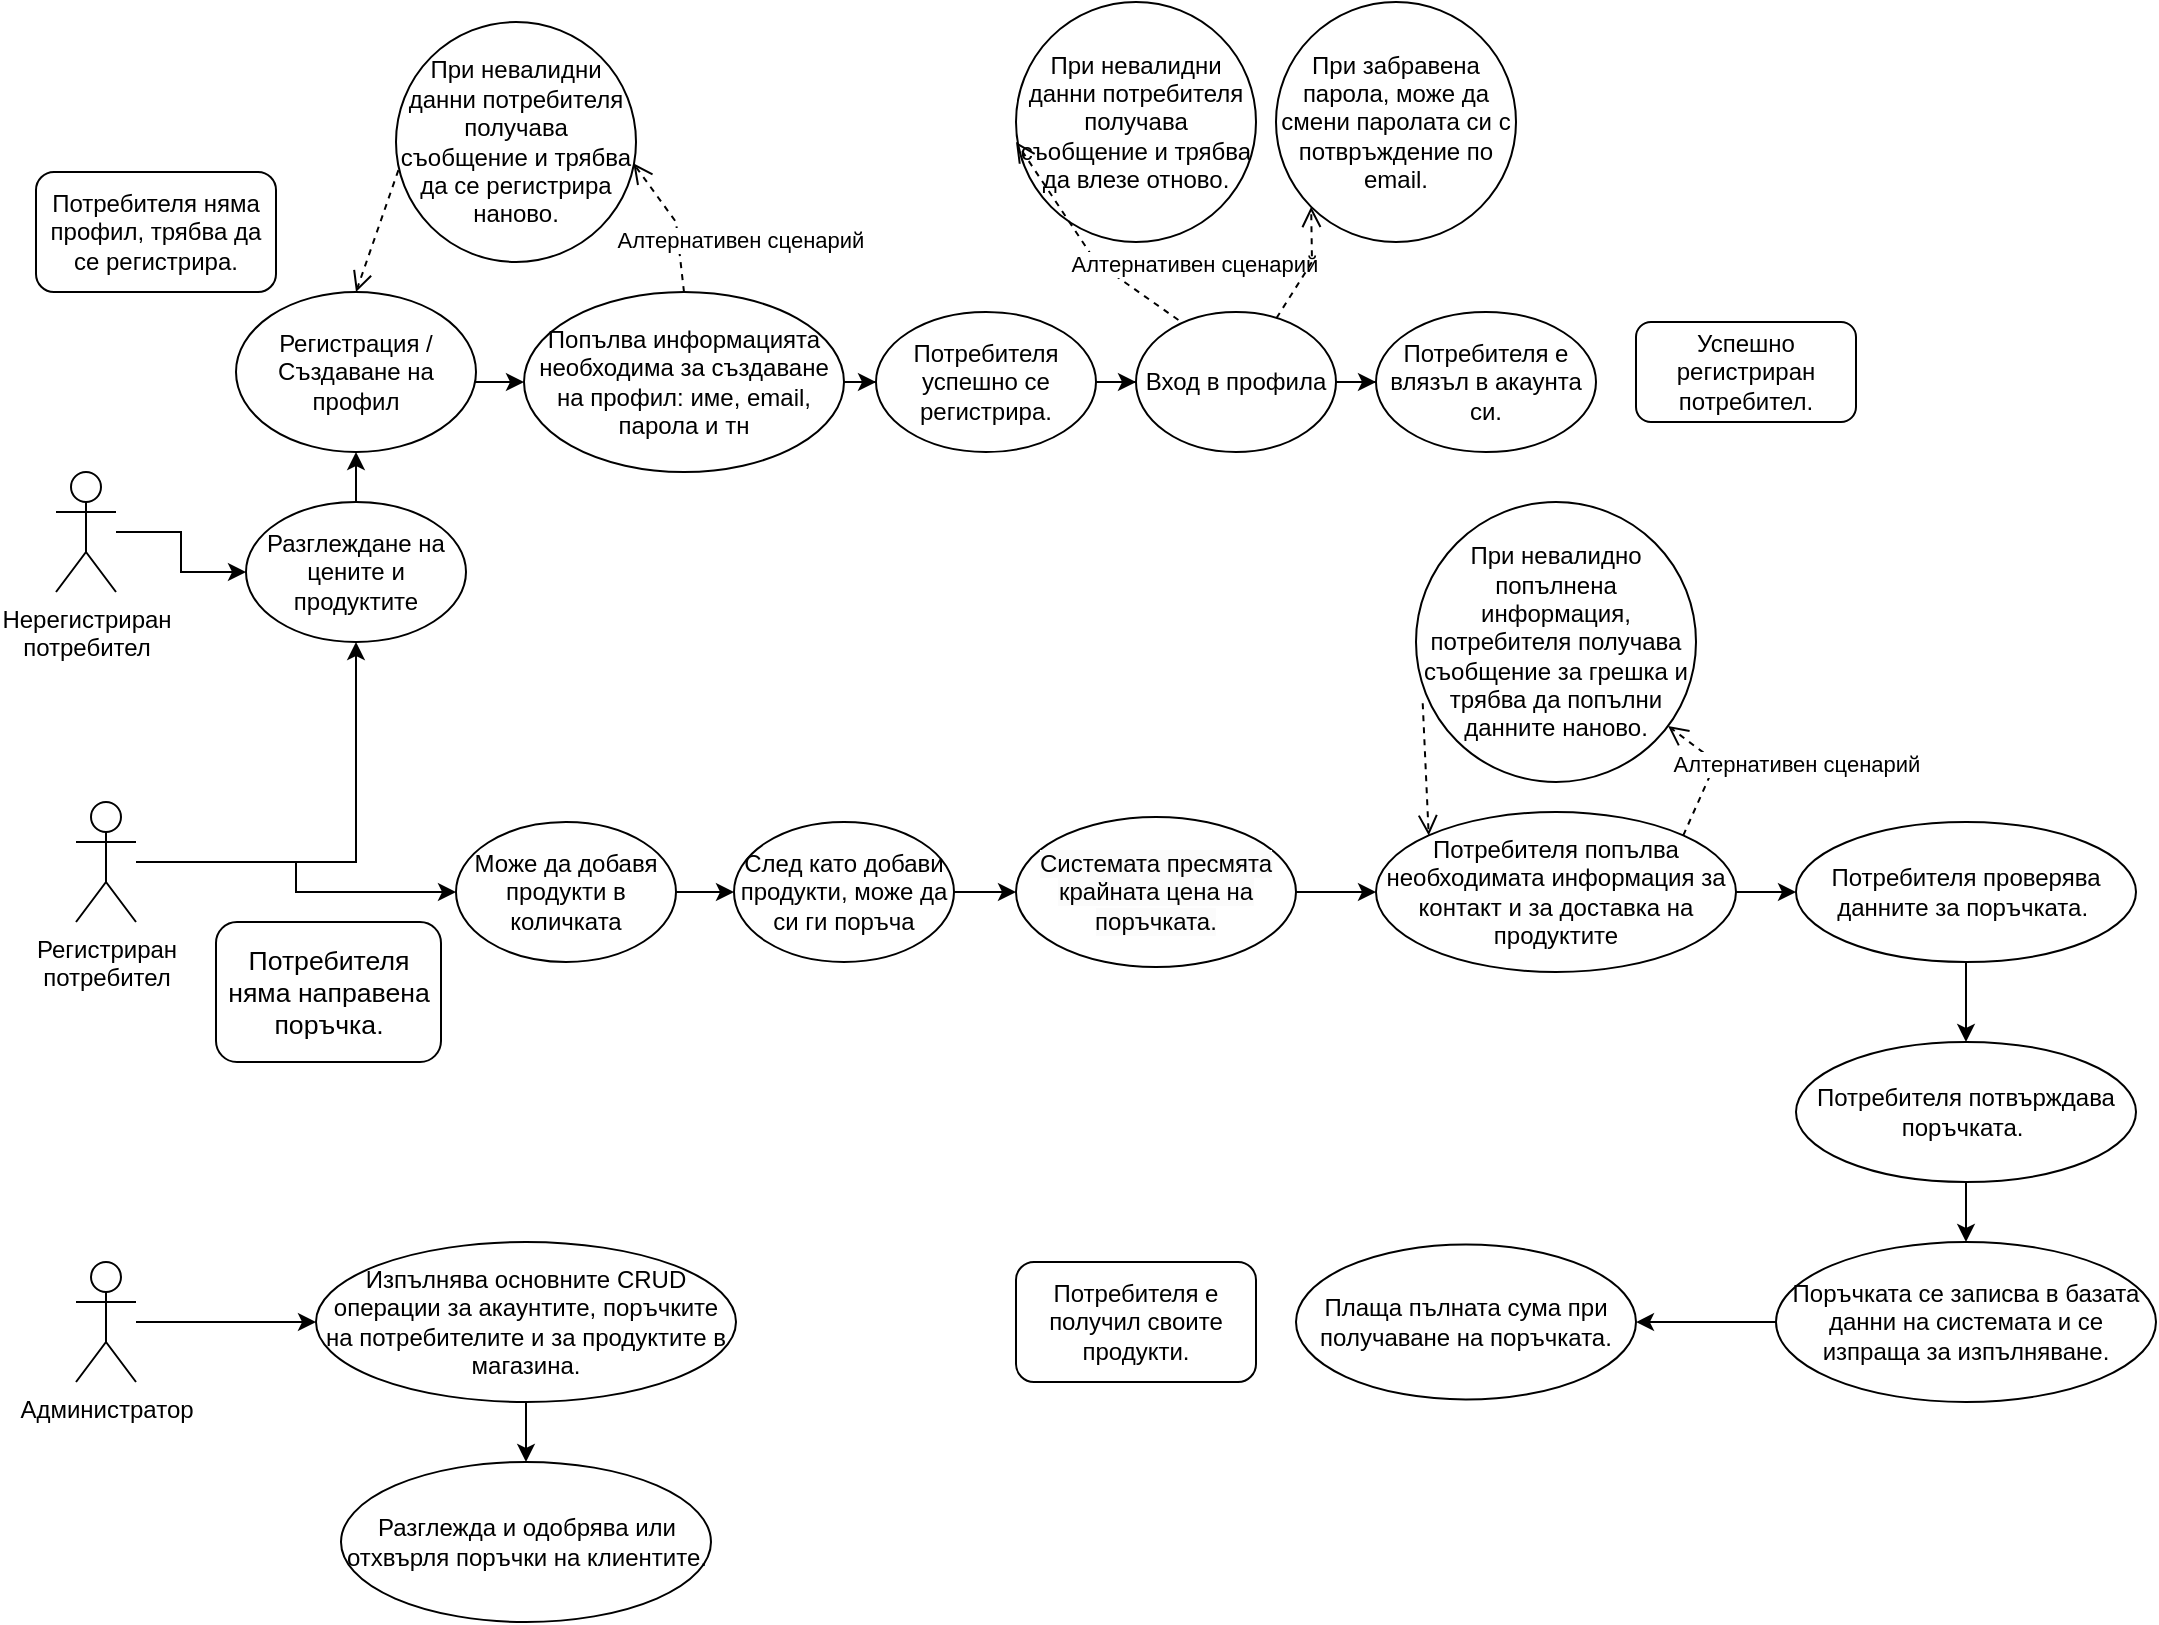
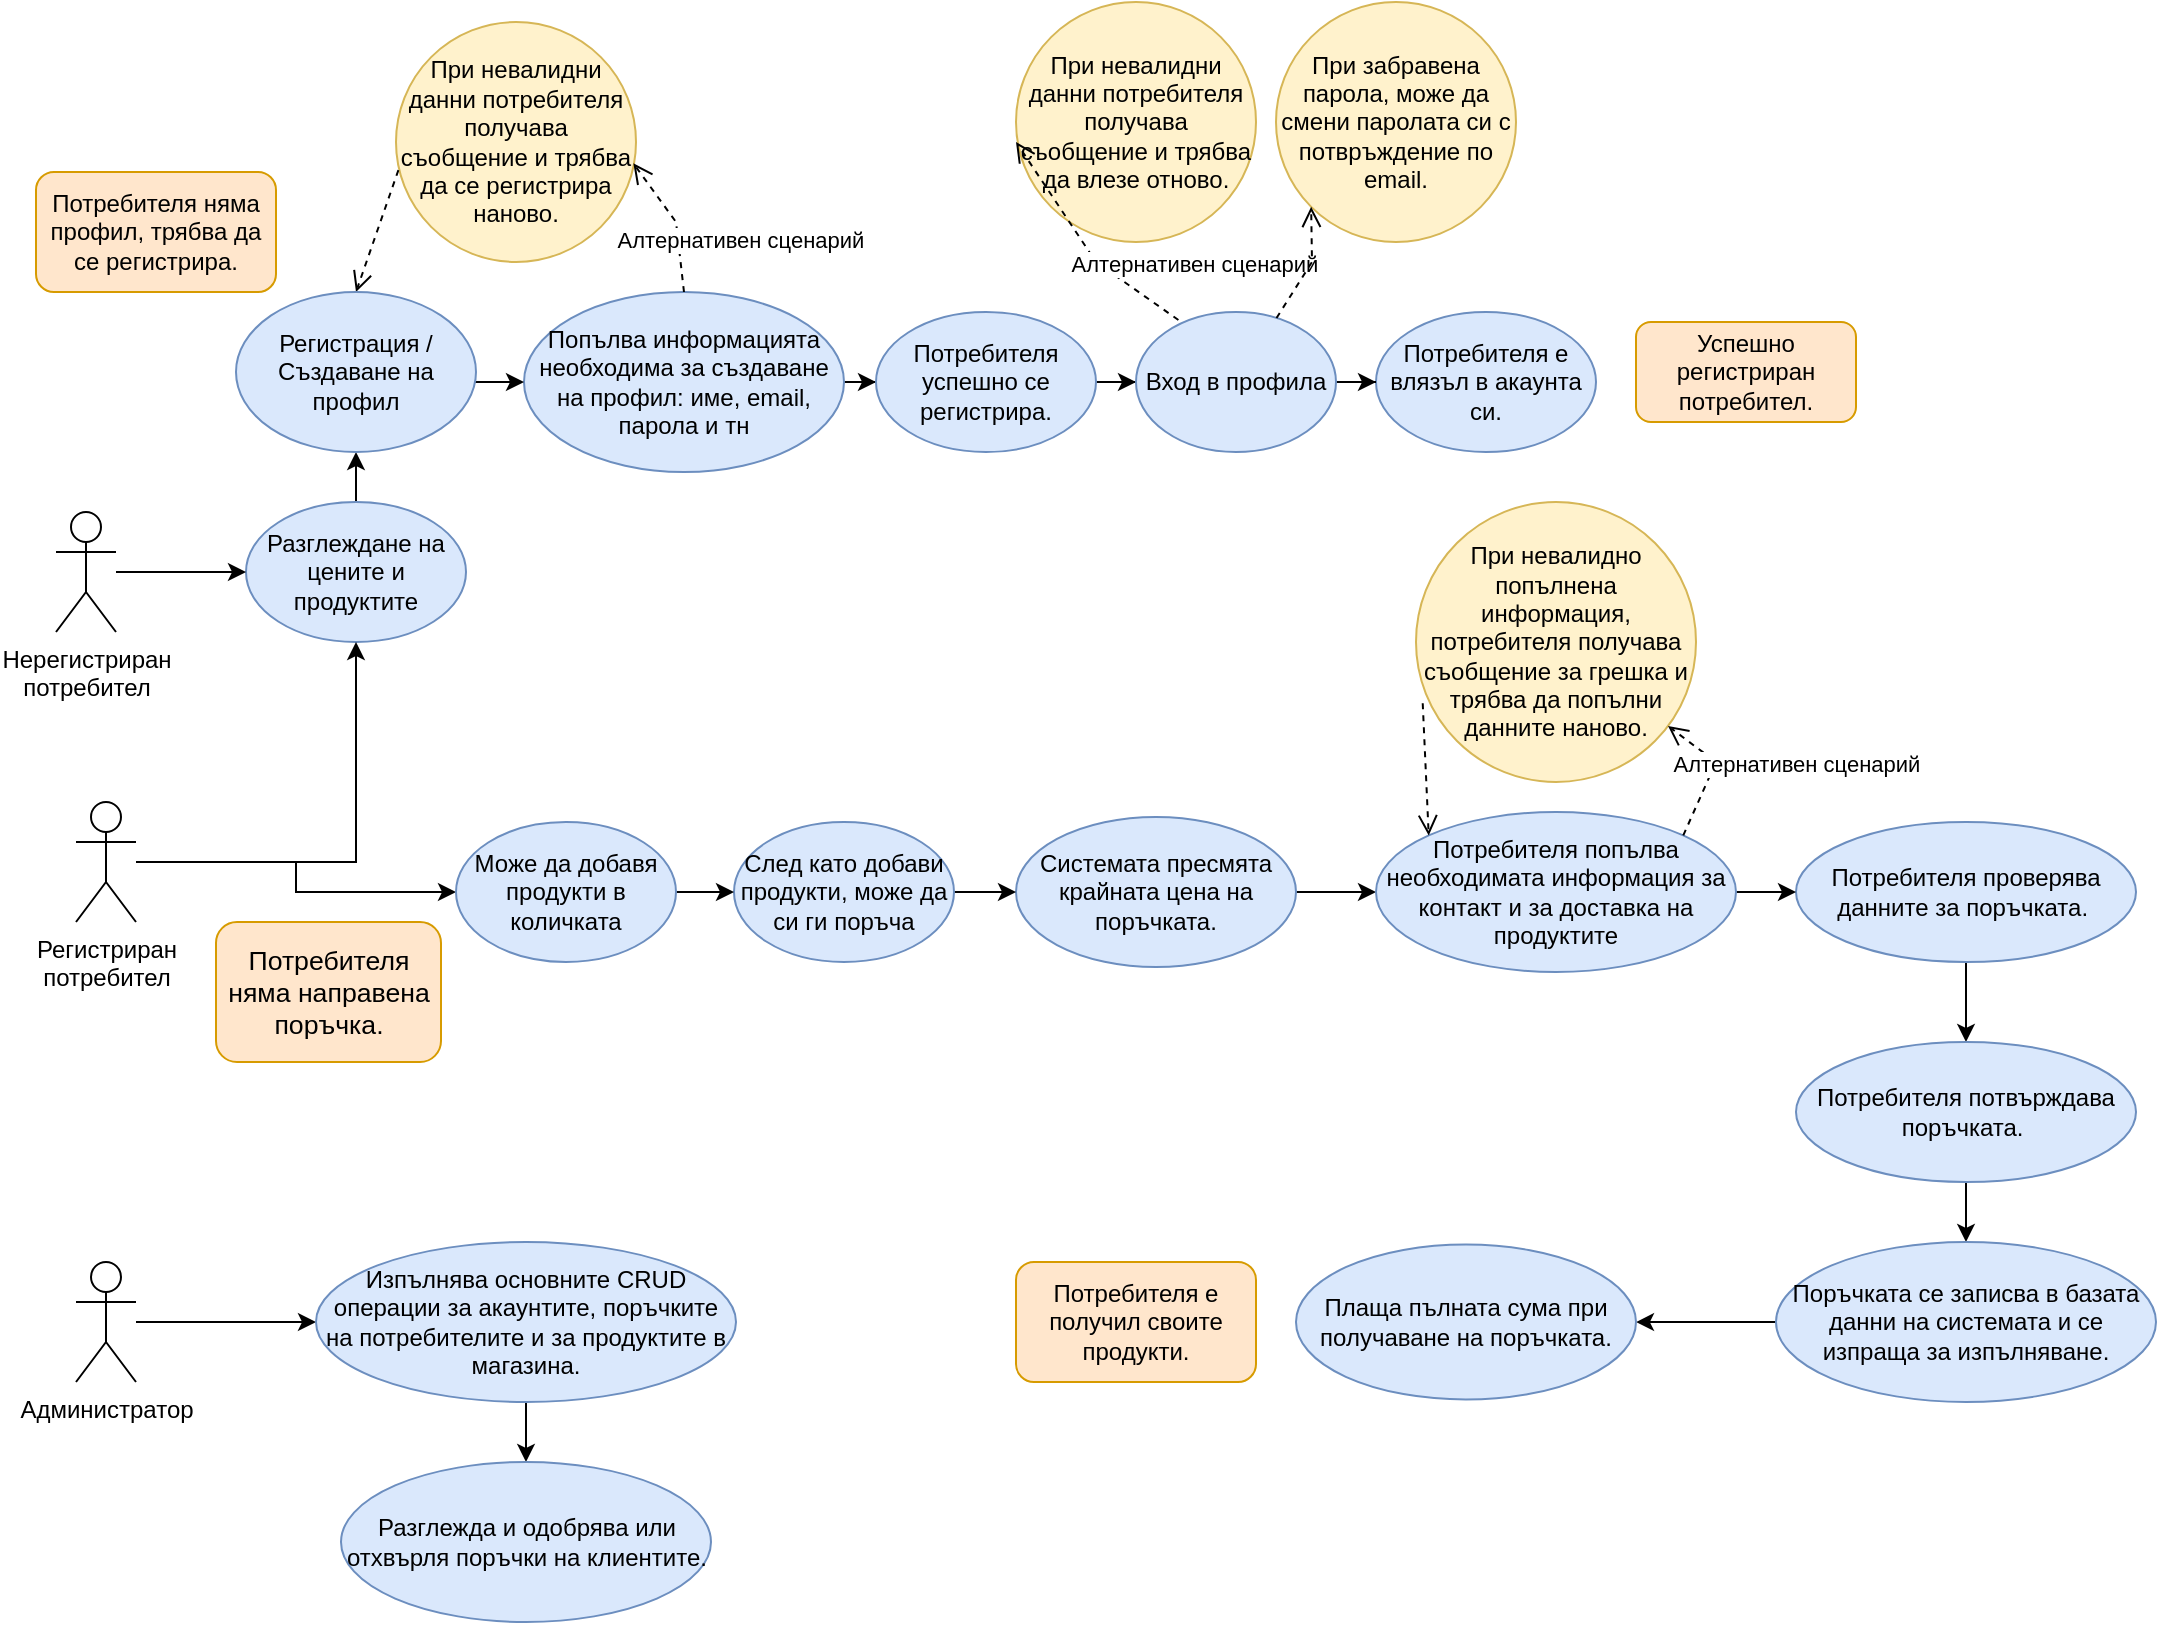
<mxfile host="app.diagrams.net" agent="Mozilla/5.0 (Windows NT 10.0; Win64; x64) AppleWebKit/537.36 (KHTML, like Gecko) Chrome/132.0.0.0 Safari/537.36" version="26.0.11">
  <diagram name="Страница-1" id="lFq9VfR261xbofuw7iRy">
-     <mxGraphModel dx="1927" dy="1712" grid="1" gridSize="10" guides="1" tooltips="1" connect="1" arrows="1" fold="1" page="1" pageScale="1" pageWidth="827" pageHeight="1169" math="0" shadow="0">
+     <mxGraphModel dx="1862" dy="1680" grid="1" gridSize="10" guides="1" tooltips="1" connect="1" arrows="1" fold="1" page="1" pageScale="1" pageWidth="827" pageHeight="1169" math="0" shadow="0">
      <root>
        <mxCell id="0" />
        <mxCell id="1" parent="0" />
        <mxCell id="kseKAxPIKLXYF_x6BNs2-31" value="" style="edgeStyle=orthogonalEdgeStyle;rounded=0;orthogonalLoop=1;jettySize=auto;html=1;" edge="1" parent="1" source="kseKAxPIKLXYF_x6BNs2-1" target="kseKAxPIKLXYF_x6BNs2-2">
          <mxGeometry relative="1" as="geometry" />
        </mxCell>
-         <mxCell id="kseKAxPIKLXYF_x6BNs2-1" value="&lt;span data-lucid-content=&quot;{&amp;quot;t&amp;quot;:&amp;quot;Попълва информацията необходима за създаване на профил: име, email, парола и тн&amp;quot;,&amp;quot;m&amp;quot;:[{&amp;quot;s&amp;quot;:0,&amp;quot;n&amp;quot;:&amp;quot;fsp&amp;quot;,&amp;quot;v&amp;quot;:&amp;quot;ss_presetShapeStyle2_textStyle&amp;quot;,&amp;quot;e&amp;quot;:79}]}&quot; data-lucid-type=&quot;application/vnd.lucid.text&quot;&gt;Попълва информацията необходима за създаване на профил: име, email, парола и тн&lt;/span&gt;" style="ellipse;whiteSpace=wrap;html=1;" vertex="1" parent="1">
+         <mxCell id="kseKAxPIKLXYF_x6BNs2-1" value="&lt;span data-lucid-content=&quot;{&amp;quot;t&amp;quot;:&amp;quot;Попълва информацията необходима за създаване на профил: име, email, парола и тн&amp;quot;,&amp;quot;m&amp;quot;:[{&amp;quot;s&amp;quot;:0,&amp;quot;n&amp;quot;:&amp;quot;fsp&amp;quot;,&amp;quot;v&amp;quot;:&amp;quot;ss_presetShapeStyle2_textStyle&amp;quot;,&amp;quot;e&amp;quot;:79}]}&quot; data-lucid-type=&quot;application/vnd.lucid.text&quot;&gt;Попълва информацията необходима за създаване на профил: име, email, парола и тн&lt;/span&gt;" style="ellipse;whiteSpace=wrap;html=1;fillColor=#dae8fc;strokeColor=#6c8ebf;" vertex="1" parent="1">
          <mxGeometry x="254" y="65" width="160" height="90" as="geometry" />
        </mxCell>
        <mxCell id="kseKAxPIKLXYF_x6BNs2-32" value="" style="edgeStyle=orthogonalEdgeStyle;rounded=0;orthogonalLoop=1;jettySize=auto;html=1;" edge="1" parent="1" source="kseKAxPIKLXYF_x6BNs2-2" target="kseKAxPIKLXYF_x6BNs2-4">
          <mxGeometry relative="1" as="geometry" />
        </mxCell>
-         <UserObject label="&lt;span data-lucid-content=&quot;{&amp;quot;t&amp;quot;:&amp;quot;Потребителя успешно се регистрира.&amp;quot;,&amp;quot;m&amp;quot;:[{&amp;quot;s&amp;quot;:0,&amp;quot;n&amp;quot;:&amp;quot;fsp&amp;quot;,&amp;quot;v&amp;quot;:&amp;quot;ss_presetShapeStyle2_textStyle&amp;quot;,&amp;quot;e&amp;quot;:34}]}&quot; data-lucid-type=&quot;application/vnd.lucid.text&quot;&gt;&lt;span&gt;Потребителя успешно се регистрира.&lt;/span&gt;&lt;/span&gt;" link="&#xa;&lt;span data-lucid-content=&quot;{&amp;quot;t&amp;quot;:&amp;quot;Потребителя успешно се регистрира.&amp;quot;,&amp;quot;m&amp;quot;:[{&amp;quot;s&amp;quot;:0,&amp;quot;n&amp;quot;:&amp;quot;fsp&amp;quot;,&amp;quot;v&amp;quot;:&amp;quot;ss_presetShapeStyle2_textStyle&amp;quot;,&amp;quot;e&amp;quot;:34}]}&quot; data-lucid-type=&quot;application/vnd.lucid.text&quot;&gt;&lt;span&gt;Потребителя успешно се регистрира.&lt;/span&gt;&lt;/span&gt;&#xa;&#xa;" id="kseKAxPIKLXYF_x6BNs2-2">
-           <mxCell style="ellipse;whiteSpace=wrap;html=1;" vertex="1" parent="1">
+         <UserObject label="&lt;span data-lucid-content=&quot;{&amp;quot;t&amp;quot;:&amp;quot;Потребителя успешно се регистрира.&amp;quot;,&amp;quot;m&amp;quot;:[{&amp;quot;s&amp;quot;:0,&amp;quot;n&amp;quot;:&amp;quot;fsp&amp;quot;,&amp;quot;v&amp;quot;:&amp;quot;ss_presetShapeStyle2_textStyle&amp;quot;,&amp;quot;e&amp;quot;:34}]}&quot; data-lucid-type=&quot;application/vnd.lucid.text&quot;&gt;&lt;span&gt;Потребителя успешно се регистрира.&lt;/span&gt;&lt;/span&gt;" id="kseKAxPIKLXYF_x6BNs2-2">
+           <mxCell style="ellipse;whiteSpace=wrap;html=1;fillColor=#dae8fc;strokeColor=#6c8ebf;" vertex="1" parent="1">
            <mxGeometry x="430" y="75" width="110" height="70" as="geometry" />
          </mxCell>
        </UserObject>
-         <mxCell id="kseKAxPIKLXYF_x6BNs2-3" value="&lt;span data-lucid-content=&quot;{&amp;quot;t&amp;quot;:&amp;quot;Потребителя е влязъл в акаунта си.&amp;quot;,&amp;quot;m&amp;quot;:[{&amp;quot;s&amp;quot;:0,&amp;quot;n&amp;quot;:&amp;quot;fsp&amp;quot;,&amp;quot;v&amp;quot;:&amp;quot;ss_presetShapeStyle2_textStyle&amp;quot;,&amp;quot;e&amp;quot;:34}]}&quot; data-lucid-type=&quot;application/vnd.lucid.text&quot;&gt;Потребителя е влязъл в акаунта си.&lt;/span&gt;" style="ellipse;whiteSpace=wrap;html=1;" vertex="1" parent="1">
+         <mxCell id="kseKAxPIKLXYF_x6BNs2-3" value="&lt;span data-lucid-content=&quot;{&amp;quot;t&amp;quot;:&amp;quot;Потребителя е влязъл в акаунта си.&amp;quot;,&amp;quot;m&amp;quot;:[{&amp;quot;s&amp;quot;:0,&amp;quot;n&amp;quot;:&amp;quot;fsp&amp;quot;,&amp;quot;v&amp;quot;:&amp;quot;ss_presetShapeStyle2_textStyle&amp;quot;,&amp;quot;e&amp;quot;:34}]}&quot; data-lucid-type=&quot;application/vnd.lucid.text&quot;&gt;Потребителя е влязъл в акаунта си.&lt;/span&gt;" style="ellipse;whiteSpace=wrap;html=1;fillColor=#dae8fc;strokeColor=#6c8ebf;" vertex="1" parent="1">
          <mxGeometry x="680" y="75" width="110" height="70" as="geometry" />
        </mxCell>
        <mxCell id="kseKAxPIKLXYF_x6BNs2-33" value="" style="edgeStyle=orthogonalEdgeStyle;rounded=0;orthogonalLoop=1;jettySize=auto;html=1;" edge="1" parent="1" source="kseKAxPIKLXYF_x6BNs2-4" target="kseKAxPIKLXYF_x6BNs2-3">
          <mxGeometry relative="1" as="geometry" />
        </mxCell>
-         <mxCell id="kseKAxPIKLXYF_x6BNs2-4" value="&lt;span data-lucid-content=&quot;{&amp;quot;t&amp;quot;:&amp;quot;Вход в профила&amp;quot;,&amp;quot;m&amp;quot;:[{&amp;quot;s&amp;quot;:0,&amp;quot;n&amp;quot;:&amp;quot;fsp&amp;quot;,&amp;quot;v&amp;quot;:&amp;quot;ss_presetShapeStyle2_textStyle&amp;quot;,&amp;quot;e&amp;quot;:14}]}&quot; data-lucid-type=&quot;application/vnd.lucid.text&quot;&gt;Вход в профила&lt;/span&gt;" style="ellipse;whiteSpace=wrap;html=1;" vertex="1" parent="1">
+         <mxCell id="kseKAxPIKLXYF_x6BNs2-4" value="&lt;span data-lucid-content=&quot;{&amp;quot;t&amp;quot;:&amp;quot;Вход в профила&amp;quot;,&amp;quot;m&amp;quot;:[{&amp;quot;s&amp;quot;:0,&amp;quot;n&amp;quot;:&amp;quot;fsp&amp;quot;,&amp;quot;v&amp;quot;:&amp;quot;ss_presetShapeStyle2_textStyle&amp;quot;,&amp;quot;e&amp;quot;:14}]}&quot; data-lucid-type=&quot;application/vnd.lucid.text&quot;&gt;Вход в профила&lt;/span&gt;" style="ellipse;whiteSpace=wrap;html=1;fillColor=#dae8fc;strokeColor=#6c8ebf;" vertex="1" parent="1">
          <mxGeometry x="560" y="75" width="100" height="70" as="geometry" />
        </mxCell>
        <mxCell id="kseKAxPIKLXYF_x6BNs2-52" value="" style="edgeStyle=orthogonalEdgeStyle;rounded=0;orthogonalLoop=1;jettySize=auto;html=1;" edge="1" parent="1" source="kseKAxPIKLXYF_x6BNs2-5" target="kseKAxPIKLXYF_x6BNs2-50">
          <mxGeometry relative="1" as="geometry" />
        </mxCell>
-         <mxCell id="kseKAxPIKLXYF_x6BNs2-5" value="&lt;span data-lucid-content=&quot;{&amp;quot;t&amp;quot;:&amp;quot;Разглеждане на ценоразписките и услугите&amp;quot;,&amp;quot;m&amp;quot;:[{&amp;quot;s&amp;quot;:0,&amp;quot;n&amp;quot;:&amp;quot;fsp&amp;quot;,&amp;quot;v&amp;quot;:&amp;quot;ss_presetShapeStyle2_textStyle&amp;quot;,&amp;quot;e&amp;quot;:40}]}&quot; data-lucid-type=&quot;application/vnd.lucid.text&quot;&gt;Разглеждане на цените и продуктите&lt;/span&gt;" style="ellipse;whiteSpace=wrap;html=1;" vertex="1" parent="1">
+         <mxCell id="kseKAxPIKLXYF_x6BNs2-5" value="&lt;span data-lucid-content=&quot;{&amp;quot;t&amp;quot;:&amp;quot;Разглеждане на ценоразписките и услугите&amp;quot;,&amp;quot;m&amp;quot;:[{&amp;quot;s&amp;quot;:0,&amp;quot;n&amp;quot;:&amp;quot;fsp&amp;quot;,&amp;quot;v&amp;quot;:&amp;quot;ss_presetShapeStyle2_textStyle&amp;quot;,&amp;quot;e&amp;quot;:40}]}&quot; data-lucid-type=&quot;application/vnd.lucid.text&quot;&gt;Разглеждане на цените и продуктите&lt;/span&gt;" style="ellipse;whiteSpace=wrap;html=1;labelBackgroundColor=none;fillColor=#dae8fc;strokeColor=#6c8ebf;" vertex="1" parent="1">
          <mxGeometry x="115" y="170" width="110" height="70" as="geometry" />
        </mxCell>
        <mxCell id="kseKAxPIKLXYF_x6BNs2-62" value="" style="edgeStyle=orthogonalEdgeStyle;rounded=0;orthogonalLoop=1;jettySize=auto;html=1;" edge="1" parent="1" source="kseKAxPIKLXYF_x6BNs2-6" target="kseKAxPIKLXYF_x6BNs2-61">
          <mxGeometry relative="1" as="geometry" />
        </mxCell>
-         <mxCell id="kseKAxPIKLXYF_x6BNs2-6" value="&lt;span style=&quot;color: rgb(0, 0, 0); font-family: Helvetica; font-size: 12px; font-style: normal; font-variant-ligatures: normal; font-variant-caps: normal; font-weight: 400; letter-spacing: normal; orphans: 2; text-align: center; text-indent: 0px; text-transform: none; widows: 2; word-spacing: 0px; -webkit-text-stroke-width: 0px; white-space: normal; background-color: rgb(251, 251, 251); text-decoration-thickness: initial; text-decoration-style: initial; text-decoration-color: initial; float: none; display: inline !important;&quot;&gt;Системата пресмята крайната цена на поръчката.&lt;/span&gt;" style="ellipse;whiteSpace=wrap;html=1;" vertex="1" parent="1">
+         <mxCell id="kseKAxPIKLXYF_x6BNs2-6" value="&lt;span style=&quot;color: rgb(0, 0, 0); font-family: Helvetica; font-size: 12px; font-style: normal; font-variant-ligatures: normal; font-variant-caps: normal; font-weight: 400; letter-spacing: normal; orphans: 2; text-align: center; text-indent: 0px; text-transform: none; widows: 2; word-spacing: 0px; -webkit-text-stroke-width: 0px; white-space: normal; text-decoration-thickness: initial; text-decoration-style: initial; text-decoration-color: initial; float: none; display: inline !important;&quot;&gt;Системата пресмята крайната цена на поръчката.&lt;/span&gt;" style="ellipse;whiteSpace=wrap;html=1;fillColor=#dae8fc;strokeColor=#6c8ebf;" vertex="1" parent="1">
          <mxGeometry x="500" y="327.5" width="140" height="75" as="geometry" />
        </mxCell>
        <mxCell id="kseKAxPIKLXYF_x6BNs2-22" value="" style="edgeStyle=orthogonalEdgeStyle;rounded=0;orthogonalLoop=1;jettySize=auto;html=1;" edge="1" parent="1" source="kseKAxPIKLXYF_x6BNs2-7" target="kseKAxPIKLXYF_x6BNs2-5">
          <mxGeometry relative="1" as="geometry" />
        </mxCell>
        <mxCell id="kseKAxPIKLXYF_x6BNs2-7" value="Нерегистриран&lt;div&gt;потребител&lt;/div&gt;" style="shape=umlActor;verticalLabelPosition=bottom;verticalAlign=top;html=1;outlineConnect=0;" vertex="1" parent="1">
-           <mxGeometry x="20" y="155" width="30" height="60" as="geometry" />
+           <mxGeometry x="20" y="175" width="30" height="60" as="geometry" />
        </mxCell>
        <mxCell id="kseKAxPIKLXYF_x6BNs2-54" style="edgeStyle=orthogonalEdgeStyle;rounded=0;orthogonalLoop=1;jettySize=auto;html=1;entryX=0.5;entryY=1;entryDx=0;entryDy=0;" edge="1" parent="1" source="kseKAxPIKLXYF_x6BNs2-8" target="kseKAxPIKLXYF_x6BNs2-5">
          <mxGeometry relative="1" as="geometry" />
        </mxCell>
        <mxCell id="kseKAxPIKLXYF_x6BNs2-55" style="edgeStyle=orthogonalEdgeStyle;rounded=0;orthogonalLoop=1;jettySize=auto;html=1;entryX=0;entryY=0.5;entryDx=0;entryDy=0;" edge="1" parent="1" source="kseKAxPIKLXYF_x6BNs2-8" target="kseKAxPIKLXYF_x6BNs2-38">
          <mxGeometry relative="1" as="geometry" />
        </mxCell>
        <mxCell id="kseKAxPIKLXYF_x6BNs2-8" value="Регистриран&lt;div&gt;потребител&lt;/div&gt;" style="shape=umlActor;verticalLabelPosition=bottom;verticalAlign=top;html=1;outlineConnect=0;" vertex="1" parent="1">
          <mxGeometry x="30" y="320" width="30" height="60" as="geometry" />
        </mxCell>
        <mxCell id="kseKAxPIKLXYF_x6BNs2-73" value="" style="edgeStyle=orthogonalEdgeStyle;rounded=0;orthogonalLoop=1;jettySize=auto;html=1;" edge="1" parent="1" source="kseKAxPIKLXYF_x6BNs2-12" target="kseKAxPIKLXYF_x6BNs2-72">
          <mxGeometry relative="1" as="geometry" />
        </mxCell>
        <mxCell id="kseKAxPIKLXYF_x6BNs2-12" value="Администратор" style="shape=umlActor;verticalLabelPosition=bottom;verticalAlign=top;html=1;outlineConnect=0;" vertex="1" parent="1">
          <mxGeometry x="30" y="550" width="30" height="60" as="geometry" />
        </mxCell>
-         <mxCell id="kseKAxPIKLXYF_x6BNs2-21" value="&lt;span data-lucid-content=&quot;{&amp;quot;t&amp;quot;:&amp;quot;Потребителя няма профил, трябва да се регистрира.&amp;quot;,&amp;quot;m&amp;quot;:[{&amp;quot;s&amp;quot;:0,&amp;quot;n&amp;quot;:&amp;quot;a&amp;quot;,&amp;quot;v&amp;quot;:&amp;quot;center&amp;quot;},{&amp;quot;s&amp;quot;:0,&amp;quot;n&amp;quot;:&amp;quot;s&amp;quot;,&amp;quot;v&amp;quot;:22.44444444444444,&amp;quot;e&amp;quot;:49},{&amp;quot;s&amp;quot;:0,&amp;quot;n&amp;quot;:&amp;quot;fsp&amp;quot;,&amp;quot;v&amp;quot;:&amp;quot;ss_presetShapeStyle1_textStyle&amp;quot;,&amp;quot;e&amp;quot;:49}]}&quot; data-lucid-type=&quot;application/vnd.lucid.text&quot;&gt;&lt;font style=&quot;font-size: 12px;&quot;&gt;Потребителя няма профил, трябва да се регистрира.&lt;/font&gt;&lt;/span&gt;" style="rounded=1;whiteSpace=wrap;html=1;labelBackgroundColor=none;" vertex="1" parent="1">
+         <mxCell id="kseKAxPIKLXYF_x6BNs2-21" value="&lt;span data-lucid-content=&quot;{&amp;quot;t&amp;quot;:&amp;quot;Потребителя няма профил, трябва да се регистрира.&amp;quot;,&amp;quot;m&amp;quot;:[{&amp;quot;s&amp;quot;:0,&amp;quot;n&amp;quot;:&amp;quot;a&amp;quot;,&amp;quot;v&amp;quot;:&amp;quot;center&amp;quot;},{&amp;quot;s&amp;quot;:0,&amp;quot;n&amp;quot;:&amp;quot;s&amp;quot;,&amp;quot;v&amp;quot;:22.44444444444444,&amp;quot;e&amp;quot;:49},{&amp;quot;s&amp;quot;:0,&amp;quot;n&amp;quot;:&amp;quot;fsp&amp;quot;,&amp;quot;v&amp;quot;:&amp;quot;ss_presetShapeStyle1_textStyle&amp;quot;,&amp;quot;e&amp;quot;:49}]}&quot; data-lucid-type=&quot;application/vnd.lucid.text&quot;&gt;&lt;font style=&quot;font-size: 12px;&quot;&gt;Потребителя няма профил, трябва да се регистрира.&lt;/font&gt;&lt;/span&gt;" style="rounded=1;whiteSpace=wrap;html=1;labelBackgroundColor=none;fillColor=#ffe6cc;strokeColor=#d79b00;" vertex="1" parent="1">
          <mxGeometry x="10" y="5" width="120" height="60" as="geometry" />
        </mxCell>
-         <mxCell id="kseKAxPIKLXYF_x6BNs2-24" value="&lt;span data-lucid-content=&quot;{&amp;quot;t&amp;quot;:&amp;quot;При невалидни данни потребителя получава съобщение и трябва да се регистрира наново.&amp;quot;,&amp;quot;m&amp;quot;:[{&amp;quot;s&amp;quot;:0,&amp;quot;n&amp;quot;:&amp;quot;fsp&amp;quot;,&amp;quot;v&amp;quot;:&amp;quot;ss_presetShapeStyle2_textStyle&amp;quot;,&amp;quot;e&amp;quot;:84}]}&quot; data-lucid-type=&quot;application/vnd.lucid.text&quot;&gt;При невалидни данни потребителя получава съобщение и трябва да се регистрира наново.&lt;/span&gt;" style="ellipse;whiteSpace=wrap;html=1;aspect=fixed;" vertex="1" parent="1">
+         <mxCell id="kseKAxPIKLXYF_x6BNs2-24" value="&lt;span data-lucid-content=&quot;{&amp;quot;t&amp;quot;:&amp;quot;При невалидни данни потребителя получава съобщение и трябва да се регистрира наново.&amp;quot;,&amp;quot;m&amp;quot;:[{&amp;quot;s&amp;quot;:0,&amp;quot;n&amp;quot;:&amp;quot;fsp&amp;quot;,&amp;quot;v&amp;quot;:&amp;quot;ss_presetShapeStyle2_textStyle&amp;quot;,&amp;quot;e&amp;quot;:84}]}&quot; data-lucid-type=&quot;application/vnd.lucid.text&quot;&gt;При невалидни данни потребителя получава съобщение и трябва да се регистрира наново.&lt;/span&gt;" style="ellipse;whiteSpace=wrap;html=1;aspect=fixed;fillColor=#fff2cc;strokeColor=#d6b656;" vertex="1" parent="1">
          <mxGeometry x="190" y="-70" width="120" height="120" as="geometry" />
        </mxCell>
        <mxCell id="kseKAxPIKLXYF_x6BNs2-29" value="Алтернативен сценарий" style="html=1;verticalAlign=bottom;endArrow=open;dashed=1;endSize=8;curved=0;rounded=0;entryX=0.989;entryY=0.589;entryDx=0;entryDy=0;entryPerimeter=0;exitX=0.5;exitY=0;exitDx=0;exitDy=0;" edge="1" parent="1" source="kseKAxPIKLXYF_x6BNs2-1" target="kseKAxPIKLXYF_x6BNs2-24">
          <mxGeometry x="-0.6149" y="-30" relative="1" as="geometry">
            <mxPoint x="360" y="120" as="sourcePoint" />
            <mxPoint x="280" y="120" as="targetPoint" />
            <Array as="points">
              <mxPoint x="330" y="30" />
            </Array>
            <mxPoint as="offset" />
          </mxGeometry>
        </mxCell>
        <mxCell id="kseKAxPIKLXYF_x6BNs2-30" value="" style="html=1;verticalAlign=bottom;endArrow=open;dashed=1;endSize=8;curved=0;rounded=0;exitX=0.01;exitY=0.617;exitDx=0;exitDy=0;exitPerimeter=0;entryX=0.5;entryY=0;entryDx=0;entryDy=0;" edge="1" parent="1" source="kseKAxPIKLXYF_x6BNs2-24" target="kseKAxPIKLXYF_x6BNs2-50">
          <mxGeometry x="-0.6149" y="-30" relative="1" as="geometry">
            <mxPoint x="141" y="34" as="sourcePoint" />
            <mxPoint x="165" y="170" as="targetPoint" />
            <Array as="points" />
            <mxPoint as="offset" />
          </mxGeometry>
        </mxCell>
        <mxCell id="kseKAxPIKLXYF_x6BNs2-69" value="" style="edgeStyle=orthogonalEdgeStyle;rounded=0;orthogonalLoop=1;jettySize=auto;html=1;" edge="1" parent="1" source="kseKAxPIKLXYF_x6BNs2-35" target="kseKAxPIKLXYF_x6BNs2-68">
          <mxGeometry relative="1" as="geometry" />
        </mxCell>
-         <mxCell id="kseKAxPIKLXYF_x6BNs2-35" value="&lt;span data-lucid-content=&quot;{&amp;quot;t&amp;quot;:&amp;quot;Потребителя плаща капаро и потвърждава поръчката. &amp;quot;,&amp;quot;m&amp;quot;:[{&amp;quot;s&amp;quot;:0,&amp;quot;n&amp;quot;:&amp;quot;fsp&amp;quot;,&amp;quot;v&amp;quot;:&amp;quot;ss_presetShapeStyle2_textStyle&amp;quot;,&amp;quot;e&amp;quot;:50}]}&quot; data-lucid-type=&quot;application/vnd.lucid.text&quot;&gt;Потребителя проверява данните за поръчката.&amp;nbsp;&lt;/span&gt;" style="ellipse;whiteSpace=wrap;html=1;" vertex="1" parent="1">
+         <mxCell id="kseKAxPIKLXYF_x6BNs2-35" value="&lt;span data-lucid-content=&quot;{&amp;quot;t&amp;quot;:&amp;quot;Потребителя плаща капаро и потвърждава поръчката. &amp;quot;,&amp;quot;m&amp;quot;:[{&amp;quot;s&amp;quot;:0,&amp;quot;n&amp;quot;:&amp;quot;fsp&amp;quot;,&amp;quot;v&amp;quot;:&amp;quot;ss_presetShapeStyle2_textStyle&amp;quot;,&amp;quot;e&amp;quot;:50}]}&quot; data-lucid-type=&quot;application/vnd.lucid.text&quot;&gt;Потребителя проверява данните за поръчката.&amp;nbsp;&lt;/span&gt;" style="ellipse;whiteSpace=wrap;html=1;fillColor=#dae8fc;strokeColor=#6c8ebf;" vertex="1" parent="1">
          <mxGeometry x="890" y="330" width="170" height="70" as="geometry" />
        </mxCell>
        <mxCell id="kseKAxPIKLXYF_x6BNs2-58" value="" style="edgeStyle=orthogonalEdgeStyle;rounded=0;orthogonalLoop=1;jettySize=auto;html=1;" edge="1" parent="1" source="kseKAxPIKLXYF_x6BNs2-37" target="kseKAxPIKLXYF_x6BNs2-6">
          <mxGeometry relative="1" as="geometry" />
        </mxCell>
-         <mxCell id="kseKAxPIKLXYF_x6BNs2-37" value="След като добави продукти, може да си ги поръча" style="ellipse;whiteSpace=wrap;html=1;" vertex="1" parent="1">
+         <mxCell id="kseKAxPIKLXYF_x6BNs2-37" value="След като добави продукти, може да си ги поръча" style="ellipse;whiteSpace=wrap;html=1;fillColor=#dae8fc;strokeColor=#6c8ebf;" vertex="1" parent="1">
          <mxGeometry x="359" y="330" width="110" height="70" as="geometry" />
        </mxCell>
        <mxCell id="kseKAxPIKLXYF_x6BNs2-56" value="" style="edgeStyle=orthogonalEdgeStyle;rounded=0;orthogonalLoop=1;jettySize=auto;html=1;" edge="1" parent="1" source="kseKAxPIKLXYF_x6BNs2-38" target="kseKAxPIKLXYF_x6BNs2-37">
          <mxGeometry relative="1" as="geometry" />
        </mxCell>
-         <mxCell id="kseKAxPIKLXYF_x6BNs2-38" value="Може да добавя продукти в количката" style="ellipse;whiteSpace=wrap;html=1;" vertex="1" parent="1">
+         <mxCell id="kseKAxPIKLXYF_x6BNs2-38" value="Може да добавя продукти в количката" style="ellipse;whiteSpace=wrap;html=1;labelBorderColor=none;textShadow=0;fillColor=#dae8fc;strokeColor=#6c8ebf;" vertex="1" parent="1">
          <mxGeometry x="220" y="330" width="110" height="70" as="geometry" />
        </mxCell>
-         <mxCell id="kseKAxPIKLXYF_x6BNs2-42" value="&lt;span data-lucid-content=&quot;{&amp;quot;t&amp;quot;:&amp;quot;При забравена парола, може да смени паролата си с потвръждение по email.&amp;quot;,&amp;quot;m&amp;quot;:[{&amp;quot;s&amp;quot;:0,&amp;quot;n&amp;quot;:&amp;quot;fsp&amp;quot;,&amp;quot;v&amp;quot;:&amp;quot;ss_presetShapeStyle2_textStyle&amp;quot;,&amp;quot;e&amp;quot;:72}]}&quot; data-lucid-type=&quot;application/vnd.lucid.text&quot;&gt;При забравена парола, може да смени паролата си с потвръждение по email.&lt;/span&gt;" style="ellipse;whiteSpace=wrap;html=1;aspect=fixed;" vertex="1" parent="1">
+         <mxCell id="kseKAxPIKLXYF_x6BNs2-42" value="&lt;span data-lucid-content=&quot;{&amp;quot;t&amp;quot;:&amp;quot;При забравена парола, може да смени паролата си с потвръждение по email.&amp;quot;,&amp;quot;m&amp;quot;:[{&amp;quot;s&amp;quot;:0,&amp;quot;n&amp;quot;:&amp;quot;fsp&amp;quot;,&amp;quot;v&amp;quot;:&amp;quot;ss_presetShapeStyle2_textStyle&amp;quot;,&amp;quot;e&amp;quot;:72}]}&quot; data-lucid-type=&quot;application/vnd.lucid.text&quot;&gt;При забравена парола, може да смени паролата си с потвръждение по email.&lt;/span&gt;" style="ellipse;whiteSpace=wrap;html=1;aspect=fixed;fillColor=#fff2cc;strokeColor=#d6b656;" vertex="1" parent="1">
          <mxGeometry x="630" y="-80" width="120" height="120" as="geometry" />
        </mxCell>
-         <mxCell id="kseKAxPIKLXYF_x6BNs2-43" value="&lt;span data-lucid-content=&quot;{&amp;quot;t&amp;quot;:&amp;quot;При невалидни данни потребителя получава съобщение и трябва да влезе отново.&amp;quot;,&amp;quot;m&amp;quot;:[{&amp;quot;s&amp;quot;:0,&amp;quot;n&amp;quot;:&amp;quot;fsp&amp;quot;,&amp;quot;v&amp;quot;:&amp;quot;ss_presetShapeStyle2_textStyle&amp;quot;,&amp;quot;e&amp;quot;:76}]}&quot; data-lucid-type=&quot;application/vnd.lucid.text&quot;&gt;При невалидни данни потребителя получава съобщение и трябва да влезе отново.&lt;/span&gt;" style="ellipse;whiteSpace=wrap;html=1;aspect=fixed;" vertex="1" parent="1">
+         <mxCell id="kseKAxPIKLXYF_x6BNs2-43" value="&lt;span data-lucid-content=&quot;{&amp;quot;t&amp;quot;:&amp;quot;При невалидни данни потребителя получава съобщение и трябва да влезе отново.&amp;quot;,&amp;quot;m&amp;quot;:[{&amp;quot;s&amp;quot;:0,&amp;quot;n&amp;quot;:&amp;quot;fsp&amp;quot;,&amp;quot;v&amp;quot;:&amp;quot;ss_presetShapeStyle2_textStyle&amp;quot;,&amp;quot;e&amp;quot;:76}]}&quot; data-lucid-type=&quot;application/vnd.lucid.text&quot;&gt;При невалидни данни потребителя получава съобщение и трябва да влезе отново.&lt;/span&gt;" style="ellipse;whiteSpace=wrap;html=1;aspect=fixed;fillColor=#fff2cc;strokeColor=#d6b656;" vertex="1" parent="1">
          <mxGeometry x="500" y="-80" width="120" height="120" as="geometry" />
        </mxCell>
        <mxCell id="kseKAxPIKLXYF_x6BNs2-46" value="Алтернативен сценарий" style="html=1;verticalAlign=bottom;endArrow=open;dashed=1;endSize=8;curved=0;rounded=0;entryX=0;entryY=0.583;entryDx=0;entryDy=0;entryPerimeter=0;exitX=0.212;exitY=0.057;exitDx=0;exitDy=0;exitPerimeter=0;" edge="1" parent="1" source="kseKAxPIKLXYF_x6BNs2-4" target="kseKAxPIKLXYF_x6BNs2-43">
          <mxGeometry x="-0.9391" y="-21" relative="1" as="geometry">
            <mxPoint x="340" y="75" as="sourcePoint" />
            <mxPoint x="319" y="11" as="targetPoint" />
            <Array as="points">
              <mxPoint x="540" y="50" />
            </Array>
            <mxPoint x="-1" as="offset" />
          </mxGeometry>
        </mxCell>
        <mxCell id="kseKAxPIKLXYF_x6BNs2-48" value="" style="html=1;verticalAlign=bottom;endArrow=open;dashed=1;endSize=8;curved=0;rounded=0;entryX=0;entryY=1;entryDx=0;entryDy=0;" edge="1" parent="1" source="kseKAxPIKLXYF_x6BNs2-4" target="kseKAxPIKLXYF_x6BNs2-42">
          <mxGeometry x="0.0927" y="-24" relative="1" as="geometry">
            <mxPoint x="340" y="75" as="sourcePoint" />
            <mxPoint x="319" y="11" as="targetPoint" />
            <Array as="points">
              <mxPoint x="648" y="50" />
            </Array>
            <mxPoint x="-2" y="10" as="offset" />
          </mxGeometry>
        </mxCell>
-         <mxCell id="kseKAxPIKLXYF_x6BNs2-49" value="&lt;span data-lucid-content=&quot;{&amp;quot;t&amp;quot;:&amp;quot;Успешно регистриран потребител.&amp;quot;,&amp;quot;m&amp;quot;:[{&amp;quot;s&amp;quot;:0,&amp;quot;n&amp;quot;:&amp;quot;a&amp;quot;,&amp;quot;v&amp;quot;:&amp;quot;center&amp;quot;},{&amp;quot;s&amp;quot;:0,&amp;quot;n&amp;quot;:&amp;quot;s&amp;quot;,&amp;quot;v&amp;quot;:22.44444444444444,&amp;quot;e&amp;quot;:31},{&amp;quot;s&amp;quot;:0,&amp;quot;n&amp;quot;:&amp;quot;fsp&amp;quot;,&amp;quot;v&amp;quot;:&amp;quot;ss_presetShapeStyle1_textStyle&amp;quot;,&amp;quot;e&amp;quot;:31}]}&quot; data-lucid-type=&quot;application/vnd.lucid.text&quot;&gt;&lt;font style=&quot;font-size: 12px;&quot;&gt;Успешно регистриран потребител.&lt;/font&gt;&lt;/span&gt;" style="rounded=1;whiteSpace=wrap;html=1;" vertex="1" parent="1">
+         <mxCell id="kseKAxPIKLXYF_x6BNs2-49" value="&lt;span data-lucid-content=&quot;{&amp;quot;t&amp;quot;:&amp;quot;Успешно регистриран потребител.&amp;quot;,&amp;quot;m&amp;quot;:[{&amp;quot;s&amp;quot;:0,&amp;quot;n&amp;quot;:&amp;quot;a&amp;quot;,&amp;quot;v&amp;quot;:&amp;quot;center&amp;quot;},{&amp;quot;s&amp;quot;:0,&amp;quot;n&amp;quot;:&amp;quot;s&amp;quot;,&amp;quot;v&amp;quot;:22.44444444444444,&amp;quot;e&amp;quot;:31},{&amp;quot;s&amp;quot;:0,&amp;quot;n&amp;quot;:&amp;quot;fsp&amp;quot;,&amp;quot;v&amp;quot;:&amp;quot;ss_presetShapeStyle1_textStyle&amp;quot;,&amp;quot;e&amp;quot;:31}]}&quot; data-lucid-type=&quot;application/vnd.lucid.text&quot;&gt;&lt;font style=&quot;font-size: 12px;&quot;&gt;Успешно регистриран потребител.&lt;/font&gt;&lt;/span&gt;" style="rounded=1;whiteSpace=wrap;html=1;fillColor=#ffe6cc;strokeColor=#d79b00;" vertex="1" parent="1">
          <mxGeometry x="810" y="80" width="110" height="50" as="geometry" />
        </mxCell>
        <mxCell id="kseKAxPIKLXYF_x6BNs2-51" value="" style="edgeStyle=orthogonalEdgeStyle;rounded=0;orthogonalLoop=1;jettySize=auto;html=1;" edge="1" parent="1" source="kseKAxPIKLXYF_x6BNs2-50" target="kseKAxPIKLXYF_x6BNs2-1">
          <mxGeometry relative="1" as="geometry">
            <Array as="points">
              <mxPoint x="240" y="110" />
              <mxPoint x="240" y="110" />
            </Array>
          </mxGeometry>
        </mxCell>
-         <mxCell id="kseKAxPIKLXYF_x6BNs2-50" value="&lt;span data-lucid-content=&quot;{&amp;quot;t&amp;quot;:&amp;quot;Регистрация / Създаване на профил&amp;quot;,&amp;quot;m&amp;quot;:[{&amp;quot;s&amp;quot;:0,&amp;quot;n&amp;quot;:&amp;quot;fsp&amp;quot;,&amp;quot;v&amp;quot;:&amp;quot;ss_presetShapeStyle2_textStyle&amp;quot;,&amp;quot;e&amp;quot;:33}]}&quot; data-lucid-type=&quot;application/vnd.lucid.text&quot;&gt;Регистрация / Създаване на профил&lt;/span&gt;" style="ellipse;whiteSpace=wrap;html=1;" vertex="1" parent="1">
+         <mxCell id="kseKAxPIKLXYF_x6BNs2-50" value="&lt;span data-lucid-content=&quot;{&amp;quot;t&amp;quot;:&amp;quot;Регистрация / Създаване на профил&amp;quot;,&amp;quot;m&amp;quot;:[{&amp;quot;s&amp;quot;:0,&amp;quot;n&amp;quot;:&amp;quot;fsp&amp;quot;,&amp;quot;v&amp;quot;:&amp;quot;ss_presetShapeStyle2_textStyle&amp;quot;,&amp;quot;e&amp;quot;:33}]}&quot; data-lucid-type=&quot;application/vnd.lucid.text&quot;&gt;Регистрация / Създаване на профил&lt;/span&gt;" style="ellipse;whiteSpace=wrap;html=1;fillColor=#dae8fc;strokeColor=#6c8ebf;" vertex="1" parent="1">
          <mxGeometry x="110" y="65" width="120" height="80" as="geometry" />
        </mxCell>
        <UserObject label="&lt;span data-lucid-content=&quot;{&amp;quot;t&amp;quot;:&amp;quot;Потребителя няма направена поръчка за превод.&amp;quot;,&amp;quot;m&amp;quot;:[{&amp;quot;s&amp;quot;:0,&amp;quot;n&amp;quot;:&amp;quot;a&amp;quot;,&amp;quot;v&amp;quot;:&amp;quot;center&amp;quot;},{&amp;quot;s&amp;quot;:0,&amp;quot;n&amp;quot;:&amp;quot;fsp&amp;quot;,&amp;quot;v&amp;quot;:&amp;quot;ss_presetShapeStyle1_textStyle&amp;quot;,&amp;quot;e&amp;quot;:45},{&amp;quot;s&amp;quot;:0,&amp;quot;n&amp;quot;:&amp;quot;s&amp;quot;,&amp;quot;v&amp;quot;:17.77777777777778,&amp;quot;e&amp;quot;:45}]}&quot; data-lucid-type=&quot;application/vnd.lucid.text&quot;&gt;&lt;span style=&quot;font-size:13.333333333333336px;&quot;&gt;Потребителя няма направена поръчка.&lt;/span&gt;&lt;/span&gt;" id="kseKAxPIKLXYF_x6BNs2-57">
-           <mxCell style="rounded=1;whiteSpace=wrap;html=1;" vertex="1" parent="1">
+           <mxCell style="rounded=1;whiteSpace=wrap;html=1;fillColor=#ffe6cc;strokeColor=#d79b00;" vertex="1" parent="1">
            <mxGeometry x="100" y="380" width="112.5" height="70" as="geometry" />
          </mxCell>
        </UserObject>
        <mxCell id="kseKAxPIKLXYF_x6BNs2-67" value="" style="edgeStyle=orthogonalEdgeStyle;rounded=0;orthogonalLoop=1;jettySize=auto;html=1;" edge="1" parent="1" source="kseKAxPIKLXYF_x6BNs2-61" target="kseKAxPIKLXYF_x6BNs2-35">
          <mxGeometry relative="1" as="geometry" />
        </mxCell>
-         <mxCell id="kseKAxPIKLXYF_x6BNs2-61" value="&lt;span data-lucid-content=&quot;{&amp;quot;t&amp;quot;:&amp;quot;необходимата информация за контакт&amp;quot;,&amp;quot;m&amp;quot;:[{&amp;quot;s&amp;quot;:0,&amp;quot;n&amp;quot;:&amp;quot;fsp&amp;quot;,&amp;quot;v&amp;quot;:&amp;quot;ss_presetShapeStyle2_textStyle&amp;quot;,&amp;quot;e&amp;quot;:34}]}&quot; data-lucid-type=&quot;application/vnd.lucid.text&quot;&gt;Потребителя попълва необходимата информация за контакт и за доставка на продуктите&lt;/span&gt;" style="ellipse;whiteSpace=wrap;html=1;" vertex="1" parent="1">
+         <mxCell id="kseKAxPIKLXYF_x6BNs2-61" value="&lt;span data-lucid-content=&quot;{&amp;quot;t&amp;quot;:&amp;quot;необходимата информация за контакт&amp;quot;,&amp;quot;m&amp;quot;:[{&amp;quot;s&amp;quot;:0,&amp;quot;n&amp;quot;:&amp;quot;fsp&amp;quot;,&amp;quot;v&amp;quot;:&amp;quot;ss_presetShapeStyle2_textStyle&amp;quot;,&amp;quot;e&amp;quot;:34}]}&quot; data-lucid-type=&quot;application/vnd.lucid.text&quot;&gt;Потребителя попълва необходимата информация за контакт и за доставка на продуктите&lt;/span&gt;" style="ellipse;whiteSpace=wrap;html=1;fillColor=#dae8fc;strokeColor=#6c8ebf;" vertex="1" parent="1">
          <mxGeometry x="680" y="325" width="180" height="80" as="geometry" />
        </mxCell>
-         <mxCell id="kseKAxPIKLXYF_x6BNs2-63" value="&lt;span data-lucid-content=&quot;{&amp;quot;t&amp;quot;:&amp;quot;При невалидно попълнена информация, потребителя получава съобщение за грешка и трябва да попълни данните наново.&amp;quot;,&amp;quot;m&amp;quot;:[{&amp;quot;s&amp;quot;:0,&amp;quot;n&amp;quot;:&amp;quot;fsp&amp;quot;,&amp;quot;v&amp;quot;:&amp;quot;ss_presetShapeStyle2_textStyle&amp;quot;,&amp;quot;e&amp;quot;:112}]}&quot; data-lucid-type=&quot;application/vnd.lucid.text&quot;&gt;При невалидно попълнена информация, потребителя получава съобщение за грешка и трябва да попълни данните наново.&lt;/span&gt;" style="ellipse;whiteSpace=wrap;html=1;aspect=fixed;" vertex="1" parent="1">
+         <mxCell id="kseKAxPIKLXYF_x6BNs2-63" value="&lt;span data-lucid-content=&quot;{&amp;quot;t&amp;quot;:&amp;quot;При невалидно попълнена информация, потребителя получава съобщение за грешка и трябва да попълни данните наново.&amp;quot;,&amp;quot;m&amp;quot;:[{&amp;quot;s&amp;quot;:0,&amp;quot;n&amp;quot;:&amp;quot;fsp&amp;quot;,&amp;quot;v&amp;quot;:&amp;quot;ss_presetShapeStyle2_textStyle&amp;quot;,&amp;quot;e&amp;quot;:112}]}&quot; data-lucid-type=&quot;application/vnd.lucid.text&quot;&gt;При невалидно попълнена информация, потребителя получава съобщение за грешка и трябва да попълни данните наново.&lt;/span&gt;" style="ellipse;whiteSpace=wrap;html=1;aspect=fixed;fillColor=#fff2cc;strokeColor=#d6b656;" vertex="1" parent="1">
          <mxGeometry x="700" y="170" width="140" height="140" as="geometry" />
        </mxCell>
        <mxCell id="kseKAxPIKLXYF_x6BNs2-64" value="Алтернативен сценарий" style="html=1;verticalAlign=bottom;endArrow=open;dashed=1;endSize=8;curved=0;rounded=0;exitX=1;exitY=0;exitDx=0;exitDy=0;" edge="1" parent="1" source="kseKAxPIKLXYF_x6BNs2-61" target="kseKAxPIKLXYF_x6BNs2-63">
          <mxGeometry x="0.1452" y="-41" relative="1" as="geometry">
            <mxPoint x="860" y="330" as="sourcePoint" />
            <mxPoint x="779" y="241" as="targetPoint" />
            <Array as="points">
              <mxPoint x="850" y="300" />
            </Array>
            <mxPoint x="15" y="43" as="offset" />
          </mxGeometry>
        </mxCell>
        <mxCell id="kseKAxPIKLXYF_x6BNs2-66" value="" style="html=1;verticalAlign=bottom;endArrow=open;dashed=1;endSize=8;curved=0;rounded=0;entryX=0;entryY=0;entryDx=0;entryDy=0;exitX=0.024;exitY=0.719;exitDx=0;exitDy=0;exitPerimeter=0;" edge="1" parent="1" source="kseKAxPIKLXYF_x6BNs2-63" target="kseKAxPIKLXYF_x6BNs2-61">
          <mxGeometry x="0.0927" y="-24" relative="1" as="geometry">
            <mxPoint x="670" y="290" as="sourcePoint" />
            <mxPoint x="688" y="234" as="targetPoint" />
            <Array as="points" />
            <mxPoint x="-2" y="10" as="offset" />
          </mxGeometry>
        </mxCell>
        <mxCell id="kseKAxPIKLXYF_x6BNs2-71" value="" style="edgeStyle=orthogonalEdgeStyle;rounded=0;orthogonalLoop=1;jettySize=auto;html=1;" edge="1" parent="1" source="kseKAxPIKLXYF_x6BNs2-68" target="kseKAxPIKLXYF_x6BNs2-70">
          <mxGeometry relative="1" as="geometry" />
        </mxCell>
-         <mxCell id="kseKAxPIKLXYF_x6BNs2-68" value="&lt;span data-lucid-content=&quot;{&amp;quot;t&amp;quot;:&amp;quot;Потребителя плаща капаро и потвърждава поръчката. &amp;quot;,&amp;quot;m&amp;quot;:[{&amp;quot;s&amp;quot;:0,&amp;quot;n&amp;quot;:&amp;quot;fsp&amp;quot;,&amp;quot;v&amp;quot;:&amp;quot;ss_presetShapeStyle2_textStyle&amp;quot;,&amp;quot;e&amp;quot;:50}]}&quot; data-lucid-type=&quot;application/vnd.lucid.text&quot;&gt;Потребителя потвърждава поръчката.&amp;nbsp;&lt;/span&gt;" style="ellipse;whiteSpace=wrap;html=1;" vertex="1" parent="1">
+         <mxCell id="kseKAxPIKLXYF_x6BNs2-68" value="&lt;span data-lucid-content=&quot;{&amp;quot;t&amp;quot;:&amp;quot;Потребителя плаща капаро и потвърждава поръчката. &amp;quot;,&amp;quot;m&amp;quot;:[{&amp;quot;s&amp;quot;:0,&amp;quot;n&amp;quot;:&amp;quot;fsp&amp;quot;,&amp;quot;v&amp;quot;:&amp;quot;ss_presetShapeStyle2_textStyle&amp;quot;,&amp;quot;e&amp;quot;:50}]}&quot; data-lucid-type=&quot;application/vnd.lucid.text&quot;&gt;Потребителя потвърждава поръчката.&amp;nbsp;&lt;/span&gt;" style="ellipse;whiteSpace=wrap;html=1;fillColor=#dae8fc;strokeColor=#6c8ebf;" vertex="1" parent="1">
          <mxGeometry x="890" y="440" width="170" height="70" as="geometry" />
        </mxCell>
        <mxCell id="kseKAxPIKLXYF_x6BNs2-76" value="" style="edgeStyle=orthogonalEdgeStyle;rounded=0;orthogonalLoop=1;jettySize=auto;html=1;" edge="1" parent="1" source="kseKAxPIKLXYF_x6BNs2-70" target="kseKAxPIKLXYF_x6BNs2-75">
          <mxGeometry relative="1" as="geometry" />
        </mxCell>
        <UserObject label="&lt;span data-lucid-content=&quot;{&amp;quot;t&amp;quot;:&amp;quot;Поръчката се записва в базата данни на системата и се изпраща за обработка от преводач.&amp;quot;,&amp;quot;m&amp;quot;:[{&amp;quot;s&amp;quot;:0,&amp;quot;n&amp;quot;:&amp;quot;fsp&amp;quot;,&amp;quot;v&amp;quot;:&amp;quot;ss_presetShapeStyle2_textStyle&amp;quot;,&amp;quot;e&amp;quot;:87}]}&quot; data-lucid-type=&quot;application/vnd.lucid.text&quot;&gt;Поръчката се записва в базата данни на системата и се изпраща за изпълняване.&lt;/span&gt;" id="kseKAxPIKLXYF_x6BNs2-70">
-           <mxCell style="ellipse;whiteSpace=wrap;html=1;" vertex="1" parent="1">
+           <mxCell style="ellipse;whiteSpace=wrap;html=1;fillColor=#dae8fc;strokeColor=#6c8ebf;" vertex="1" parent="1">
            <mxGeometry x="880" y="540" width="190" height="80" as="geometry" />
          </mxCell>
        </UserObject>
        <mxCell id="kseKAxPIKLXYF_x6BNs2-78" value="" style="edgeStyle=orthogonalEdgeStyle;rounded=0;orthogonalLoop=1;jettySize=auto;html=1;" edge="1" parent="1" source="kseKAxPIKLXYF_x6BNs2-72" target="kseKAxPIKLXYF_x6BNs2-77">
          <mxGeometry relative="1" as="geometry" />
        </mxCell>
-         <mxCell id="kseKAxPIKLXYF_x6BNs2-72" value="&lt;span data-lucid-content=&quot;{&amp;quot;t&amp;quot;:&amp;quot;Изпълнява основните CRUD операции за акаунтите и поръчките на потребителите&amp;quot;,&amp;quot;m&amp;quot;:[{&amp;quot;s&amp;quot;:0,&amp;quot;n&amp;quot;:&amp;quot;fsp&amp;quot;,&amp;quot;v&amp;quot;:&amp;quot;ss_presetShapeStyle2_textStyle&amp;quot;,&amp;quot;e&amp;quot;:75}]}&quot; data-lucid-type=&quot;application/vnd.lucid.text&quot;&gt;Изпълнява основните CRUD операции за акаунтите, поръчките на потребителите и за продуктите в магазина.&lt;/span&gt;" style="ellipse;whiteSpace=wrap;html=1;" vertex="1" parent="1">
+         <mxCell id="kseKAxPIKLXYF_x6BNs2-72" value="&lt;span data-lucid-content=&quot;{&amp;quot;t&amp;quot;:&amp;quot;Изпълнява основните CRUD операции за акаунтите и поръчките на потребителите&amp;quot;,&amp;quot;m&amp;quot;:[{&amp;quot;s&amp;quot;:0,&amp;quot;n&amp;quot;:&amp;quot;fsp&amp;quot;,&amp;quot;v&amp;quot;:&amp;quot;ss_presetShapeStyle2_textStyle&amp;quot;,&amp;quot;e&amp;quot;:75}]}&quot; data-lucid-type=&quot;application/vnd.lucid.text&quot;&gt;Изпълнява основните CRUD операции за акаунтите, поръчките на потребителите и за продуктите в магазина.&lt;/span&gt;" style="ellipse;whiteSpace=wrap;html=1;fillColor=#dae8fc;strokeColor=#6c8ebf;" vertex="1" parent="1">
          <mxGeometry x="150" y="540" width="210" height="80" as="geometry" />
        </mxCell>
-         <mxCell id="kseKAxPIKLXYF_x6BNs2-75" value="&lt;span data-lucid-content=&quot;{&amp;quot;t&amp;quot;:&amp;quot;Плаща пълната сума за превода при изпълнена поръчка.&amp;quot;,&amp;quot;m&amp;quot;:[{&amp;quot;s&amp;quot;:0,&amp;quot;n&amp;quot;:&amp;quot;fsp&amp;quot;,&amp;quot;v&amp;quot;:&amp;quot;ss_presetShapeStyle2_textStyle&amp;quot;,&amp;quot;e&amp;quot;:52}]}&quot; data-lucid-type=&quot;application/vnd.lucid.text&quot;&gt;Плаща пълната сума при получаване на поръчката.&lt;/span&gt;" style="ellipse;whiteSpace=wrap;html=1;" vertex="1" parent="1">
+         <mxCell id="kseKAxPIKLXYF_x6BNs2-75" value="&lt;span data-lucid-content=&quot;{&amp;quot;t&amp;quot;:&amp;quot;Плаща пълната сума за превода при изпълнена поръчка.&amp;quot;,&amp;quot;m&amp;quot;:[{&amp;quot;s&amp;quot;:0,&amp;quot;n&amp;quot;:&amp;quot;fsp&amp;quot;,&amp;quot;v&amp;quot;:&amp;quot;ss_presetShapeStyle2_textStyle&amp;quot;,&amp;quot;e&amp;quot;:52}]}&quot; data-lucid-type=&quot;application/vnd.lucid.text&quot;&gt;Плаща пълната сума при получаване на поръчката.&lt;/span&gt;" style="ellipse;whiteSpace=wrap;html=1;fillColor=#dae8fc;strokeColor=#6c8ebf;" vertex="1" parent="1">
          <mxGeometry x="640" y="541.25" width="170" height="77.5" as="geometry" />
        </mxCell>
-         <mxCell id="kseKAxPIKLXYF_x6BNs2-77" value="Разглежда и одобрява или отхвърля поръчки на клиентите." style="ellipse;whiteSpace=wrap;html=1;" vertex="1" parent="1">
+         <mxCell id="kseKAxPIKLXYF_x6BNs2-77" value="Разглежда и одобрява или отхвърля поръчки на клиентите." style="ellipse;whiteSpace=wrap;html=1;fillColor=#dae8fc;strokeColor=#6c8ebf;" vertex="1" parent="1">
          <mxGeometry x="162.5" y="650" width="185" height="80" as="geometry" />
        </mxCell>
-         <mxCell id="kseKAxPIKLXYF_x6BNs2-79" value="Потребителя е получил своите продукти." style="rounded=1;whiteSpace=wrap;html=1;" vertex="1" parent="1">
+         <mxCell id="kseKAxPIKLXYF_x6BNs2-79" value="Потребителя е получил своите продукти." style="rounded=1;whiteSpace=wrap;html=1;fillColor=#ffe6cc;strokeColor=#d79b00;" vertex="1" parent="1">
          <mxGeometry x="500" y="550" width="120" height="60" as="geometry" />
        </mxCell>
      </root>
    </mxGraphModel>
  </diagram>
</mxfile>
